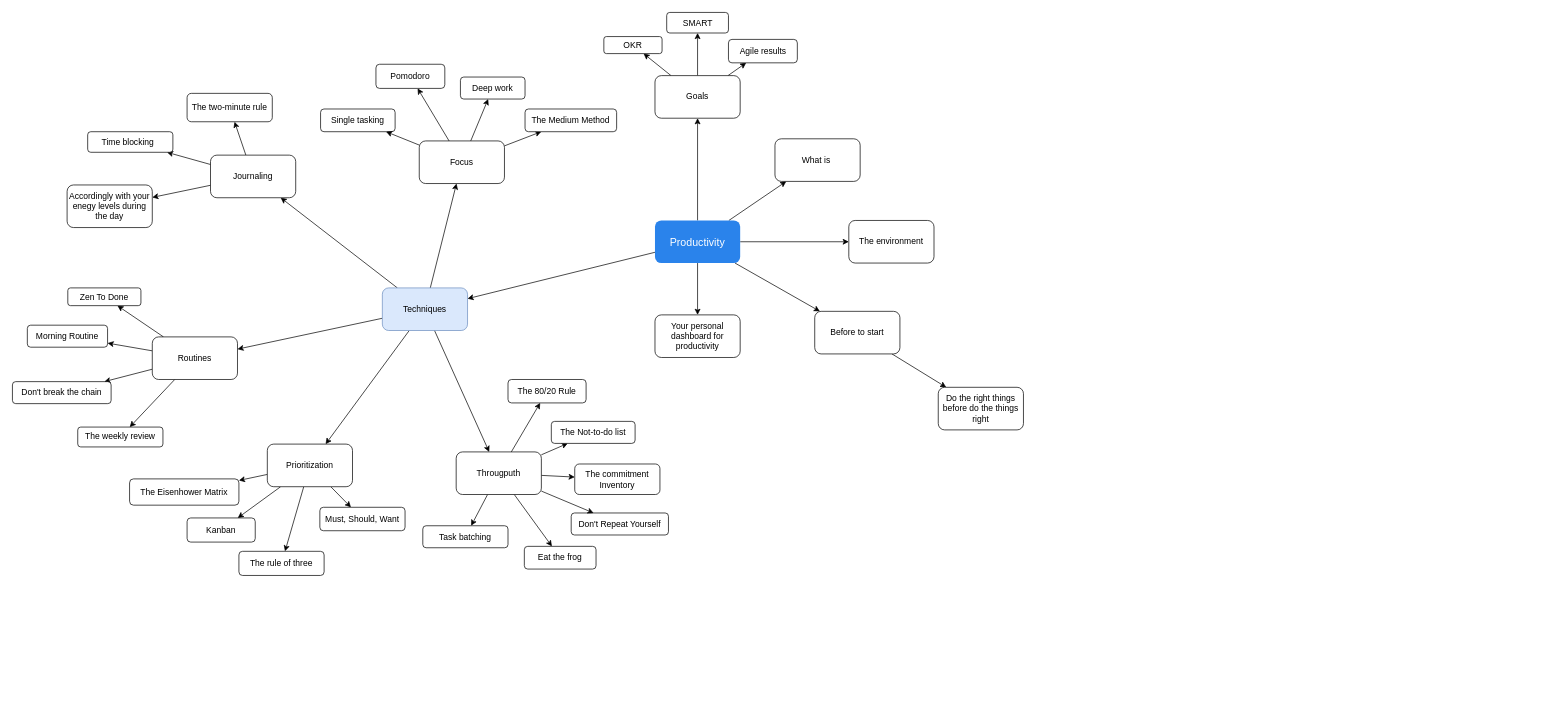
This is page "Productivity" (2 of 4) of Wellbeing.drawio from alfonsograziano/personal-blog, a draw.io file, before an edit. Source tidied: cells renumbered, new cells numbered last; positions are measured from the earlier drawing's top-left corner, leaving out a move shared by most shapes. Both pictures are drawn from the tidied source at 71%, with x=0, y=0 at pixel (12, 12).
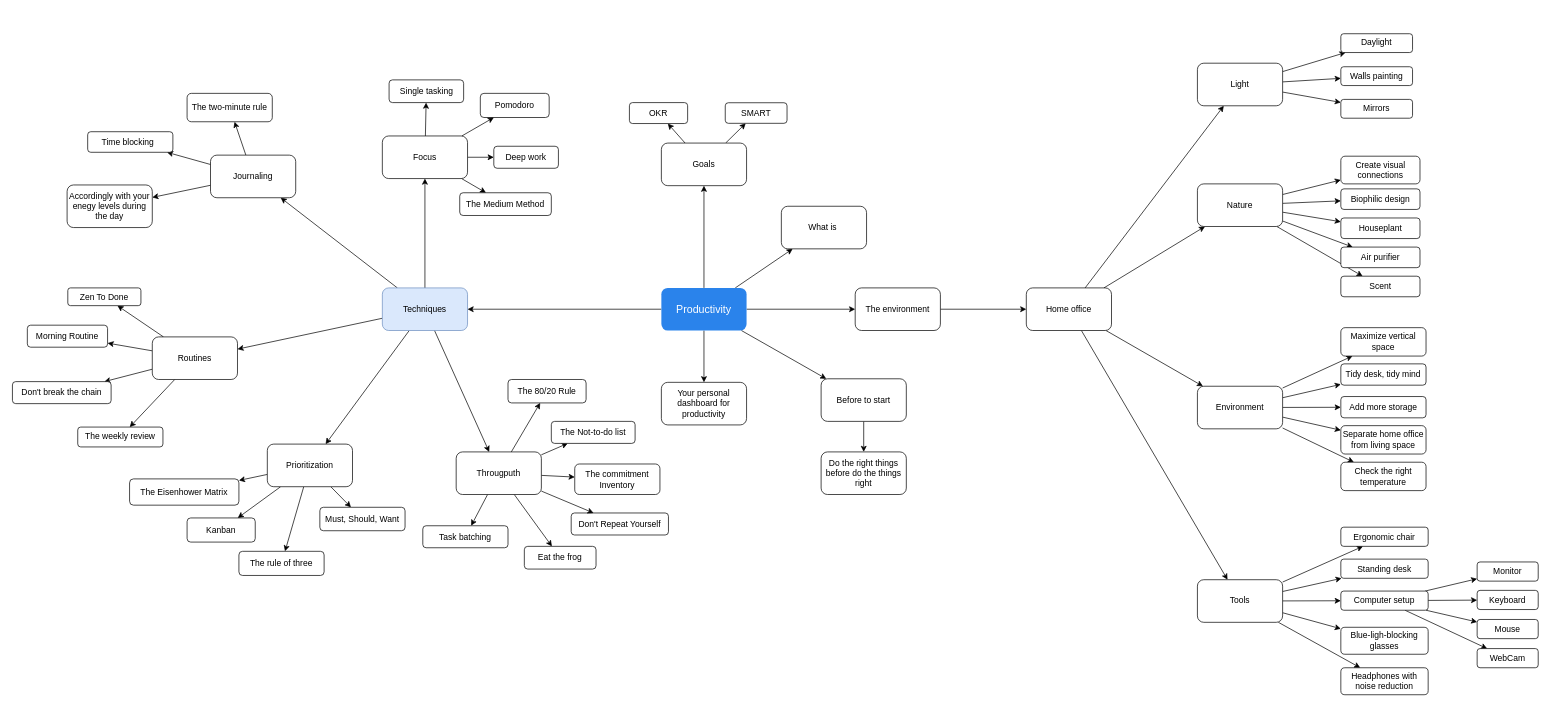
After the change.

The edit, as a diff of the source:
```diff
@@
     <mxCell id="8" value="Productivity" style="rounded=1;whiteSpace=wrap;html=1;fontSize=15;fillColor=#2a83eb;strokeColor=none;fontColor=#ffffff;" parent="1" vertex="1">
-      <mxGeometry x="905" y="293" width="120" height="60" as="geometry" />
+      <mxGeometry x="914" y="388" width="120" height="60" as="geometry" />
     </mxCell>
     <mxCell id="9" value="What is&amp;nbsp;" style="rounded=1;whiteSpace=wrap;html=1;" parent="1" vertex="1">
-      <mxGeometry x="1074" y="178" width="120" height="60" as="geometry" />
+      <mxGeometry x="1083" y="273" width="120" height="60" as="geometry" />
     </mxCell>
@@
     <mxCell id="17" value="Before to start" style="rounded=1;whiteSpace=wrap;html=1;" parent="1" vertex="1">
-      <mxGeometry x="1130" y="421" width="120" height="60" as="geometry" />
+      <mxGeometry x="1139" y="516" width="120" height="60" as="geometry" />
     </mxCell>
@@
     <mxCell id="24" value="Deep work" style="rounded=1;whiteSpace=wrap;html=1;" parent="1" vertex="1">
-      <mxGeometry x="631" y="91" width="91" height="31" as="geometry" />
+      <mxGeometry x="678" y="188.5" width="91" height="31" as="geometry" />
     </mxCell>
@@
     <mxCell id="29" value="Do the right things before do the things right" style="rounded=1;whiteSpace=wrap;html=1;" parent="1" vertex="1">
-      <mxGeometry x="1304" y="528" width="120" height="60" as="geometry" />
+      <mxGeometry x="1139" y="619" width="120" height="60" as="geometry" />
     </mxCell>
@@
     <mxCell id="35" value="Single tasking" style="rounded=1;whiteSpace=wrap;html=1;" parent="1" vertex="1">
-      <mxGeometry x="434" y="136" width="105" height="32" as="geometry" />
+      <mxGeometry x="530.5" y="95" width="105" height="32" as="geometry" />
     </mxCell>
+    <mxCell id="75" style="edgeStyle=none;rounded=0;jettySize=auto;html=1;" parent="1" edge="1" source="36" target="80">
+      <mxGeometry relative="1" as="geometry" />
+    </mxCell>
     <mxCell id="36" value="The environment" style="rounded=1;whiteSpace=wrap;html=1;" parent="1" vertex="1">
-      <mxGeometry x="1178" y="293" width="120" height="60" as="geometry" />
+      <mxGeometry x="1187" y="388" width="120" height="60" as="geometry" />
     </mxCell>
@@
-    <mxCell id="40" style="edgeStyle=none;rounded=0;jettySize=auto;html=1;noEdgeStyle=1;" parent="1" edge="1" source="41" target="67">
-      <mxGeometry relative="1" as="geometry" />
-    </mxCell>
     <mxCell id="41" value="Goals" style="rounded=1;whiteSpace=wrap;html=1;" parent="1" vertex="1">
-      <mxGeometry x="905" y="89" width="120" height="60" as="geometry" />
+      <mxGeometry x="914" y="184" width="120" height="60" as="geometry" />
     </mxCell>
     <mxCell id="42" value="SMART" style="rounded=1;whiteSpace=wrap;html=1;" parent="1" vertex="1">
-      <mxGeometry x="921.5" width="87" height="29" as="geometry" />
+      <mxGeometry x="1004" y="127.2" width="87" height="29" as="geometry" />
     </mxCell>
     <mxCell id="43" value="OKR" style="rounded=1;whiteSpace=wrap;html=1;" parent="1" vertex="1">
-      <mxGeometry x="833" y="34" width="82" height="24" as="geometry" />
+      <mxGeometry x="869" y="127" width="82" height="29.5" as="geometry" />
     </mxCell>
@@
     <mxCell id="45" value="Pomodoro" style="rounded=1;whiteSpace=wrap;html=1;" parent="1" vertex="1">
-      <mxGeometry x="512" y="73" width="97" height="34" as="geometry" />
+      <mxGeometry x="659" y="114" width="97" height="34" as="geometry" />
     </mxCell>
@@
     <mxCell id="56" value="Focus" style="rounded=1;whiteSpace=wrap;html=1;" parent="1" vertex="1">
-      <mxGeometry x="573" y="181" width="120" height="60" as="geometry" />
+      <mxGeometry x="521" y="174" width="120" height="60" as="geometry" />
     </mxCell>
@@
-    <mxCell id="67" value="Agile results" style="rounded=1;whiteSpace=wrap;html=1;" parent="1" vertex="1">
-      <mxGeometry x="1008.5" y="38" width="97" height="33" as="geometry" />
-    </mxCell>
@@
     <mxCell id="72" value="Your personal dashboard for productivity" style="rounded=1;whiteSpace=wrap;html=1;" parent="1" vertex="1">
-      <mxGeometry x="905" y="426" width="120" height="60" as="geometry" />
+      <mxGeometry x="914" y="521" width="120" height="60" as="geometry" />
     </mxCell>
@@
     <mxCell id="74" value="The Medium Method" style="rounded=1;whiteSpace=wrap;html=1;" parent="1" vertex="1">
-      <mxGeometry x="722" y="136" width="129" height="32" as="geometry" />
+      <mxGeometry x="630" y="254" width="129" height="32" as="geometry" />
     </mxCell>
+    <mxCell id="76" style="edgeStyle=none;rounded=0;jettySize=auto;html=1;" parent="1" edge="1" source="80" target="84">
+      <mxGeometry relative="1" as="geometry" />
+    </mxCell>
+    <mxCell id="77" style="edgeStyle=none;rounded=0;jettySize=auto;html=1;" parent="1" edge="1" source="80" target="91">
+      <mxGeometry relative="1" as="geometry" />
+    </mxCell>
+    <mxCell id="78" style="edgeStyle=none;rounded=0;jettySize=auto;html=1;" parent="1" edge="1" source="80" target="98">
+      <mxGeometry relative="1" as="geometry" />
+    </mxCell>
+    <mxCell id="79" style="edgeStyle=none;rounded=0;jettySize=auto;html=1;" parent="1" edge="1" source="80" target="104">
+      <mxGeometry relative="1" as="geometry" />
+    </mxCell>
+    <mxCell id="80" value="Home office" style="rounded=1;whiteSpace=wrap;html=1;" parent="1" vertex="1">
+      <mxGeometry x="1428" y="388" width="120" height="60" as="geometry" />
+    </mxCell>
+    <mxCell id="81" style="edgeStyle=none;rounded=0;jettySize=auto;html=1;" parent="1" edge="1" source="84" target="85">
+      <mxGeometry relative="1" as="geometry" />
+    </mxCell>
+    <mxCell id="82" style="edgeStyle=none;rounded=0;jettySize=auto;html=1;" parent="1" edge="1" source="84" target="121">
+      <mxGeometry relative="1" as="geometry" />
+    </mxCell>
+    <mxCell id="83" style="edgeStyle=none;rounded=0;jettySize=auto;html=1;" parent="1" edge="1" source="84" target="122">
+      <mxGeometry relative="1" as="geometry" />
+    </mxCell>
+    <mxCell id="84" value="Light" style="rounded=1;whiteSpace=wrap;html=1;" parent="1" vertex="1">
+      <mxGeometry x="1669" y="71.5" width="120" height="60" as="geometry" />
+    </mxCell>
+    <mxCell id="85" value="Daylight" style="rounded=1;whiteSpace=wrap;html=1;" parent="1" vertex="1">
+      <mxGeometry x="1871" y="30" width="101" height="26.5" as="geometry" />
+    </mxCell>
+    <mxCell id="86" style="edgeStyle=none;rounded=0;jettySize=auto;html=1;" parent="1" edge="1" source="91" target="92">
+      <mxGeometry relative="1" as="geometry" />
+    </mxCell>
+    <mxCell id="87" style="edgeStyle=none;rounded=0;jettySize=auto;html=1;" parent="1" edge="1" source="91" target="109">
+      <mxGeometry relative="1" as="geometry" />
+    </mxCell>
+    <mxCell id="88" style="edgeStyle=none;rounded=0;jettySize=auto;html=1;" parent="1" edge="1" source="91" target="120">
+      <mxGeometry relative="1" as="geometry" />
+    </mxCell>
+    <mxCell id="89" style="edgeStyle=none;rounded=0;jettySize=auto;html=1;" parent="1" edge="1" source="91" target="124">
+      <mxGeometry relative="1" as="geometry" />
+    </mxCell>
+    <mxCell id="90" style="edgeStyle=none;rounded=0;jettySize=auto;html=1;" parent="1" edge="1" source="91" target="126">
+      <mxGeometry relative="1" as="geometry" />
+    </mxCell>
+    <mxCell id="91" value="Nature" style="rounded=1;whiteSpace=wrap;html=1;" parent="1" vertex="1">
+      <mxGeometry x="1669" y="241.5" width="120" height="60" as="geometry" />
+    </mxCell>
+    <mxCell id="92" value="Create visual connections" style="rounded=1;whiteSpace=wrap;html=1;" parent="1" vertex="1">
+      <mxGeometry x="1871" y="202.5" width="111.5" height="39" as="geometry" />
+    </mxCell>
+    <mxCell id="93" style="edgeStyle=none;rounded=0;jettySize=auto;html=1;" parent="1" edge="1" source="98" target="107">
+      <mxGeometry relative="1" as="geometry" />
+    </mxCell>
+    <mxCell id="94" style="edgeStyle=none;rounded=0;jettySize=auto;html=1;" parent="1" edge="1" source="98" target="108">
+      <mxGeometry relative="1" as="geometry" />
+    </mxCell>
+    <mxCell id="95" style="edgeStyle=none;rounded=0;jettySize=auto;html=1;" parent="1" edge="1" source="98" target="119">
+      <mxGeometry relative="1" as="geometry" />
+    </mxCell>
+    <mxCell id="96" style="edgeStyle=none;rounded=0;jettySize=auto;html=1;" parent="1" edge="1" source="98" target="123">
+      <mxGeometry relative="1" as="geometry" />
+    </mxCell>
+    <mxCell id="97" style="edgeStyle=none;rounded=0;jettySize=auto;html=1;" parent="1" edge="1" source="98" target="127">
+      <mxGeometry relative="1" as="geometry" />
+    </mxCell>
+    <mxCell id="98" value="Environment" style="rounded=1;whiteSpace=wrap;html=1;" parent="1" vertex="1">
+      <mxGeometry x="1669" y="526.5" width="120" height="60" as="geometry" />
+    </mxCell>
+    <mxCell id="99" style="edgeStyle=none;rounded=0;jettySize=auto;html=1;" parent="1" edge="1" source="104" target="105">
+      <mxGeometry relative="1" as="geometry" />
+    </mxCell>
+    <mxCell id="100" style="edgeStyle=none;rounded=0;jettySize=auto;html=1;" parent="1" edge="1" source="104" target="106">
+      <mxGeometry relative="1" as="geometry" />
+    </mxCell>
+    <mxCell id="101" style="edgeStyle=none;rounded=0;jettySize=auto;html=1;" parent="1" edge="1" source="104" target="114">
+      <mxGeometry relative="1" as="geometry" />
+    </mxCell>
+    <mxCell id="102" style="edgeStyle=none;rounded=0;jettySize=auto;html=1;" parent="1" edge="1" source="104" target="125">
+      <mxGeometry relative="1" as="geometry" />
+    </mxCell>
+    <mxCell id="103" style="edgeStyle=none;rounded=0;jettySize=auto;html=1;" parent="1" edge="1" source="104" target="128">
+      <mxGeometry relative="1" as="geometry" />
+    </mxCell>
+    <mxCell id="104" value="Tools" style="rounded=1;whiteSpace=wrap;html=1;" parent="1" vertex="1">
+      <mxGeometry x="1669" y="799" width="120" height="60" as="geometry" />
+    </mxCell>
+    <mxCell id="105" value="Ergonomic chair" style="rounded=1;whiteSpace=wrap;html=1;flipV=1;flipH=1;" parent="1" vertex="1">
+      <mxGeometry x="1871" y="725" width="123" height="27" as="geometry" />
+    </mxCell>
+    <mxCell id="106" value="Standing desk" style="rounded=1;whiteSpace=wrap;html=1;flipV=1;flipH=1;" parent="1" vertex="1">
+      <mxGeometry x="1871" y="770" width="123" height="27" as="geometry" />
+    </mxCell>
+    <mxCell id="107" value="Tidy desk, tidy mind" style="rounded=1;whiteSpace=wrap;html=1;" parent="1" vertex="1">
+      <mxGeometry x="1871" y="495" width="120" height="30" as="geometry" />
+    </mxCell>
+    <mxCell id="108" value="Add more storage" style="rounded=1;whiteSpace=wrap;html=1;" parent="1" vertex="1">
+      <mxGeometry x="1871" y="541" width="120" height="30" as="geometry" />
+    </mxCell>
+    <mxCell id="109" value="Biophilic design" style="rounded=1;whiteSpace=wrap;html=1;" parent="1" vertex="1">
+      <mxGeometry x="1871" y="248.5" width="111.5" height="29" as="geometry" />
+    </mxCell>
+    <mxCell id="110" style="edgeStyle=none;rounded=0;jettySize=auto;html=1;" parent="1" edge="1" source="114" target="115">
+      <mxGeometry relative="1" as="geometry" />
+    </mxCell>
+    <mxCell id="111" style="edgeStyle=none;rounded=0;jettySize=auto;html=1;" parent="1" edge="1" source="114" target="116">
+      <mxGeometry relative="1" as="geometry" />
+    </mxCell>
+    <mxCell id="112" style="edgeStyle=none;rounded=0;jettySize=auto;html=1;" parent="1" edge="1" source="114" target="117">
+      <mxGeometry relative="1" as="geometry" />
+    </mxCell>
+    <mxCell id="113" style="edgeStyle=none;rounded=0;jettySize=auto;html=1;" parent="1" edge="1" source="114" target="118">
+      <mxGeometry relative="1" as="geometry" />
+    </mxCell>
+    <mxCell id="114" value="Computer setup" style="rounded=1;whiteSpace=wrap;html=1;flipV=1;flipH=1;" parent="1" vertex="1">
+      <mxGeometry x="1871" y="815" width="123" height="27" as="geometry" />
+    </mxCell>
+    <mxCell id="115" value="Monitor" style="rounded=1;whiteSpace=wrap;html=1;" parent="1" vertex="1">
+      <mxGeometry x="2063" y="774" width="86" height="27" as="geometry" />
+    </mxCell>
+    <mxCell id="116" value="Keyboard" style="rounded=1;whiteSpace=wrap;html=1;" parent="1" vertex="1">
+      <mxGeometry x="2063" y="814" width="86" height="27" as="geometry" />
+    </mxCell>
+    <mxCell id="117" value="Mouse" style="rounded=1;whiteSpace=wrap;html=1;" parent="1" vertex="1">
+      <mxGeometry x="2063" y="855" width="86" height="27" as="geometry" />
+    </mxCell>
+    <mxCell id="118" value="WebCam" style="rounded=1;whiteSpace=wrap;html=1;" parent="1" vertex="1">
+      <mxGeometry x="2063" y="896" width="86" height="27" as="geometry" />
+    </mxCell>
+    <mxCell id="119" value="Maximize vertical space" style="rounded=1;whiteSpace=wrap;html=1;" parent="1" vertex="1">
+      <mxGeometry x="1871" y="444" width="120" height="40" as="geometry" />
+    </mxCell>
+    <mxCell id="120" value="Houseplant" style="rounded=1;whiteSpace=wrap;html=1;" parent="1" vertex="1">
+      <mxGeometry x="1871" y="289.5" width="111.5" height="29" as="geometry" />
+    </mxCell>
+    <mxCell id="121" value="Walls painting" style="rounded=1;whiteSpace=wrap;html=1;" parent="1" vertex="1">
+      <mxGeometry x="1871" y="76.5" width="101" height="26.5" as="geometry" />
+    </mxCell>
+    <mxCell id="122" value="Mirrors" style="rounded=1;whiteSpace=wrap;html=1;" parent="1" vertex="1">
+      <mxGeometry x="1871" y="122.5" width="101" height="26.5" as="geometry" />
+    </mxCell>
+    <mxCell id="123" value="Separate home office from living space" style="rounded=1;whiteSpace=wrap;html=1;" parent="1" vertex="1">
+      <mxGeometry x="1871" y="582" width="120" height="40" as="geometry" />
+    </mxCell>
+    <mxCell id="124" value="Air purifier" style="rounded=1;whiteSpace=wrap;html=1;" parent="1" vertex="1">
+      <mxGeometry x="1871" y="330.5" width="111.5" height="29" as="geometry" />
+    </mxCell>
+    <mxCell id="125" value="Blue-ligh-blocking glasses" style="rounded=1;whiteSpace=wrap;html=1;flipV=1;flipH=1;" parent="1" vertex="1">
+      <mxGeometry x="1871" y="866" width="123" height="38" as="geometry" />
+    </mxCell>
+    <mxCell id="126" value="Scent" style="rounded=1;whiteSpace=wrap;html=1;" parent="1" vertex="1">
+      <mxGeometry x="1871" y="371.5" width="111.5" height="29" as="geometry" />
+    </mxCell>
+    <mxCell id="127" value="Check the right temperature" style="rounded=1;whiteSpace=wrap;html=1;" parent="1" vertex="1">
+      <mxGeometry x="1871" y="633.5" width="120" height="40" as="geometry" />
+    </mxCell>
+    <mxCell id="128" value="Headphones with noise reduction" style="rounded=1;whiteSpace=wrap;html=1;flipV=1;flipH=1;" parent="1" vertex="1">
+      <mxGeometry x="1871" y="923" width="123" height="38" as="geometry" />
+    </mxCell>
```
